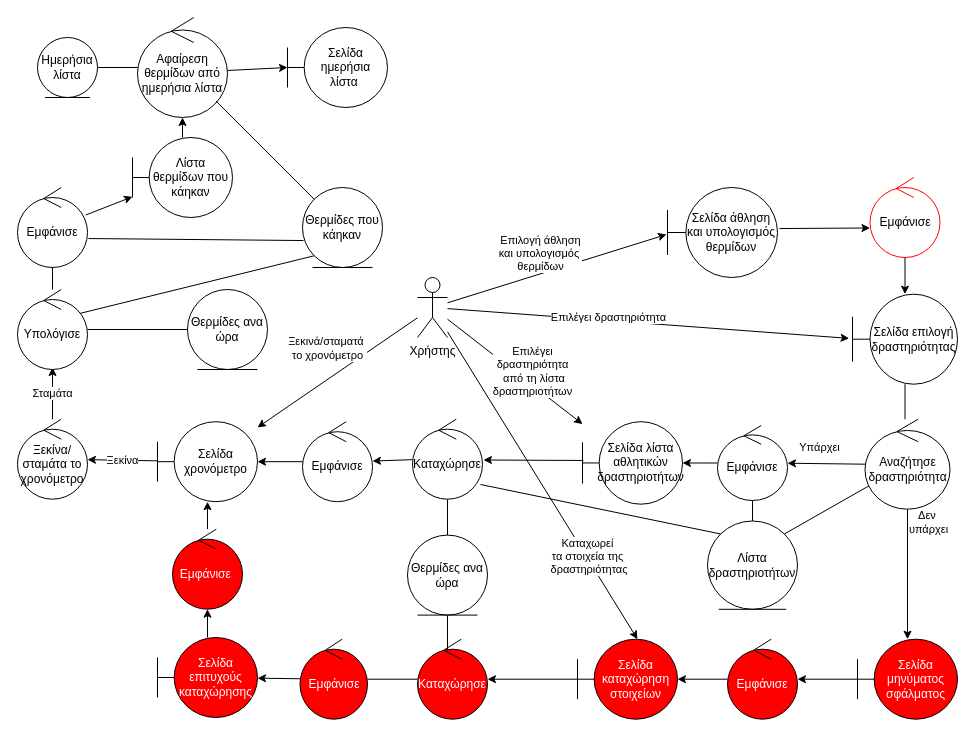
The draw.io diagram ΤΕΤΑΡΤΟ ΠΑΡΑΔΟΤΕΟ/Διορθώσεις προηγούμενων παραδοτέων/Καινούργια robustness/rd_αθλήση_και_υπολογισμός_θερμίδων_v0.2.drawio in Dionkaps/Eu-Zin, before the edit. Source tidied: cells renumbered, new cells numbered last; positions are measured from the earlier drawing's top-left corner, leaving out a move shared by most shapes. Both pictures are drawn from the tidied source at 100%, with x=0, y=0 at pixel (17, 17).
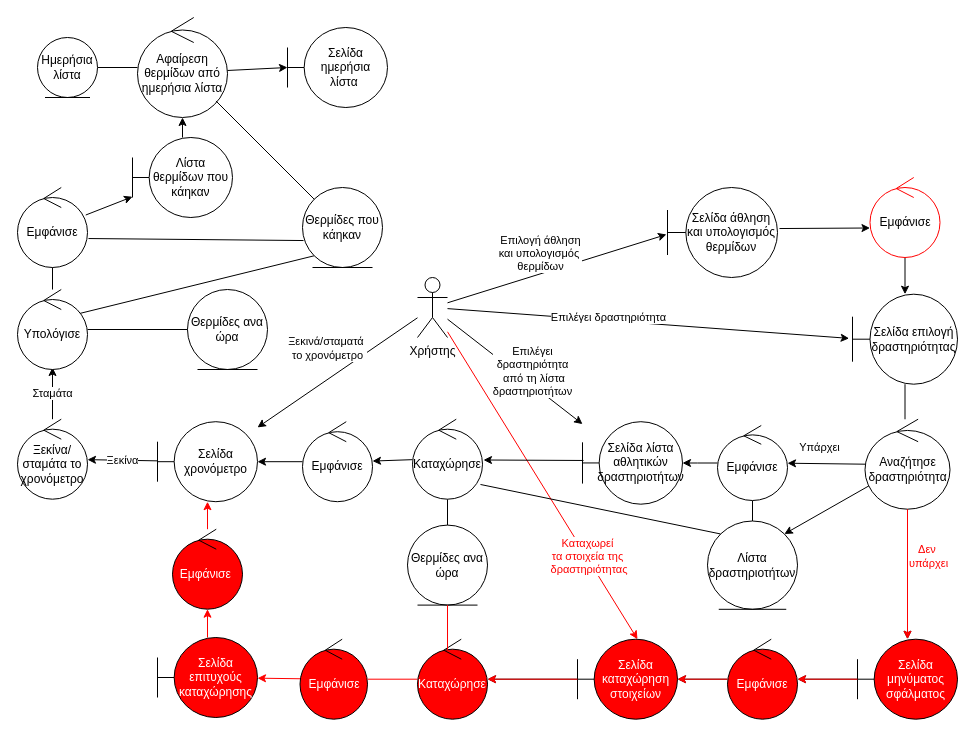
The same page after the edit.

Unchanged cells that the change refers to:
```xml
<mxCell id="12" value="Χρήστης" style="shape=umlActor;verticalLabelPosition=bottom;verticalAlign=top;html=1;outlineConnect=0;" parent="1" vertex="1">
  <mxGeometry x="400" y="260" width="30" height="60" as="geometry" />
</mxCell>
<mxCell id="23" style="edgeStyle=none;rounded=0;jettySize=auto;html=1;" parent="1" edge="1" source="25" target="33">
  <mxGeometry relative="1" as="geometry" />
</mxCell>
<mxCell id="25" value="Αναζήτησε δραστηριότητα" style="ellipse;shape=umlControl;whiteSpace=wrap;html=1;strokeColor=#000000;" parent="1" vertex="1">
  <mxGeometry x="847.5" y="401.7" width="85" height="90" as="geometry" />
</mxCell>
<mxCell id="27" value="Λίστα δραστηριοτήτων" style="ellipse;shape=umlEntity;whiteSpace=wrap;html=1;strokeColor=#000000;" parent="1" vertex="1">
  <mxGeometry x="690" y="503.5" width="90" height="88.3" as="geometry" />
</mxCell>
<mxCell id="39" value="&lt;font color=&quot;#ffffff&quot;&gt;Εμφάνισε&lt;/font&gt;" style="ellipse;shape=umlControl;whiteSpace=wrap;html=1;fillColor=#FF0000;" parent="1" vertex="1">
  <mxGeometry x="282.5" y="621.7" width="67.5" height="80" as="geometry" />
</mxCell>
<mxCell id="41" value="&lt;font color=&quot;#ffffff&quot;&gt;Σελίδα επιτυχούς καταχώρησης&lt;/font&gt;" style="shape=umlBoundary;whiteSpace=wrap;html=1;fillColor=#FF0000;" parent="1" vertex="1">
  <mxGeometry x="140" y="620" width="100" height="80" as="geometry" />
</mxCell>
<mxCell id="45" value="Σελίδα χρονόμετρο" style="shape=umlBoundary;whiteSpace=wrap;html=1;strokeColor=#000000;" parent="1" vertex="1">
  <mxGeometry x="140" y="404.2" width="100" height="80" as="geometry" />
</mxCell>
<mxCell id="61" value="&lt;font color=&quot;#ffffff&quot;&gt;Καταχώρησε&lt;/font&gt;" style="ellipse;shape=umlControl;whiteSpace=wrap;html=1;fillColor=#FF0000;" parent="1" vertex="1">
  <mxGeometry x="400" y="621.7" width="70" height="80" as="geometry" />
</mxCell>
```

The edit, as a diff of the source:
```diff
@@
-    <mxCell id="8" style="edgeStyle=none;rounded=0;jettySize=auto;html=1;" parent="1" edge="1" source="12">
+    <mxCell id="8" style="edgeStyle=none;rounded=0;jettySize=auto;html=1;strokeColor=#FF0000;" parent="1" edge="1" source="12">
       <mxGeometry relative="1" as="geometry">
         <mxPoint x="620" y="621.7" as="targetPoint" />
       </mxGeometry>
     </mxCell>
-    <mxCell id="9" value="Καταχωρεί &lt;br&gt;τα στοιχεία της&lt;br&gt;&amp;nbsp;δραστηριότητας" style="edgeLabel;html=1;align=center;verticalAlign=middle;" parent="8" vertex="1">
+    <mxCell id="9" value="&lt;font color=&quot;#ff0000&quot;&gt;Καταχωρεί &lt;br&gt;τα στοιχεία της&lt;br&gt;&amp;nbsp;δραστηριότητας&lt;/font&gt;" style="edgeLabel;html=1;align=center;verticalAlign=middle;" parent="8" vertex="1">
       <mxGeometry x="0.18" y="1" relative="1" as="geometry">
         <mxPoint x="27" y="44" as="offset" />
       </mxGeometry>
     </mxCell>
@@
-    <mxCell id="20" style="edgeStyle=none;rounded=0;jettySize=auto;html=1;strokeColor=#000000;endArrow=none;endFill=0;entryX=1;entryY=0;entryDx=0;entryDy=0;" parent="1" edge="1" source="25" target="27">
+    <mxCell id="20" style="edgeStyle=none;rounded=0;jettySize=auto;html=1;strokeColor=#000000;endArrow=classic;endFill=1;entryX=1;entryY=0;entryDx=0;entryDy=0;" parent="1" edge="1" source="25" target="27">
       <mxGeometry relative="1" as="geometry" />
     </mxCell>
@@
-    <mxCell id="24" value="Δεν&amp;nbsp;&lt;br&gt;υπάρχει" style="edgeLabel;html=1;align=center;verticalAlign=middle;" parent="23" vertex="1">
+    <mxCell id="24" value="&lt;font color=&quot;#ff0000&quot;&gt;Δεν&amp;nbsp;&lt;br&gt;υπάρχει&lt;/font&gt;" style="edgeLabel;html=1;align=center;verticalAlign=middle;" parent="23" vertex="1">
       <mxGeometry x="-0.47" y="-1" relative="1" as="geometry">
-        <mxPoint x="21" y="-21" as="offset" />
+        <mxPoint x="21" y="13" as="offset" />
       </mxGeometry>
     </mxCell>
@@
-    <mxCell id="38" style="edgeStyle=none;rounded=0;jettySize=auto;html=1;" parent="1" edge="1" source="39" target="41">
+    <mxCell id="38" style="edgeStyle=none;rounded=0;jettySize=auto;html=1;strokeColor=#FF0000;" parent="1" edge="1" source="39" target="41">
       <mxGeometry relative="1" as="geometry" />
     </mxCell>
@@
-    <mxCell id="40" style="edgeStyle=none;rounded=0;jettySize=auto;html=1;endArrow=classic;endFill=1;" parent="1" edge="1" source="41" target="43">
+    <mxCell id="40" style="edgeStyle=none;rounded=0;jettySize=auto;html=1;endArrow=classic;endFill=1;strokeColor=#FF0000;" parent="1" edge="1" source="41" target="43">
       <mxGeometry relative="1" as="geometry" />
     </mxCell>
@@
-    <mxCell id="42" style="edgeStyle=none;rounded=0;jettySize=auto;html=1;" parent="1" edge="1" source="43" target="45">
+    <mxCell id="42" style="edgeStyle=none;rounded=0;jettySize=auto;html=1;strokeColor=#FF0000;" parent="1" edge="1" source="43" target="45">
       <mxGeometry relative="1" as="geometry" />
     </mxCell>
-    <mxCell id="43" value="&lt;font color=&quot;#ffffff&quot;&gt;Εμφάνισε&amp;nbsp;&lt;/font&gt;" style="ellipse;shape=umlControl;whiteSpace=wrap;html=1;fillColor=#FF0000;" parent="1" vertex="1">
+    <mxCell id="43" value="&lt;font color=&quot;#ffffff&quot;&gt;Εμφάνισε&amp;nbsp;&lt;/font&gt;" style="ellipse;shape=umlControl;whiteSpace=wrap;html=1;fillColor=#FF0000;strokeColor=#000000;" parent="1" vertex="1">
       <mxGeometry x="155" y="511.7" width="70" height="80" as="geometry" />
     </mxCell>
@@
     <mxCell id="59" value="Θερμίδες ανα ώρα" style="ellipse;shape=umlEntity;whiteSpace=wrap;html=1;" parent="1" vertex="1">
-      <mxGeometry x="390" y="517.6" width="80" height="80" as="geometry" />
+      <mxGeometry x="390" y="507.6" width="80" height="80" as="geometry" />
     </mxCell>
-    <mxCell id="60" style="edgeStyle=orthogonalEdgeStyle;rounded=0;jettySize=auto;html=1;endArrow=none;endFill=0;" parent="1" edge="1" source="61" target="39">
+    <mxCell id="60" style="edgeStyle=orthogonalEdgeStyle;rounded=0;jettySize=auto;html=1;endArrow=none;endFill=0;strokeColor=#FF0000;" parent="1" edge="1" source="61" target="39">
       <mxGeometry relative="1" as="geometry" />
     </mxCell>
@@
-    <mxCell id="62" style="endArrow=none;html=1;rounded=0;entryX=0.5;entryY=1;entryDx=0;entryDy=0;exitX=0.429;exitY=0.141;exitDx=0;exitDy=0;exitPerimeter=0;" parent="1" edge="1" source="61" target="59">
+    <mxCell id="62" style="endArrow=none;html=1;rounded=0;entryX=0.5;entryY=1;entryDx=0;entryDy=0;exitX=0.429;exitY=0.141;exitDx=0;exitDy=0;exitPerimeter=0;strokeColor=#FF0000;" parent="1" edge="1" source="61" target="59">
       <mxGeometry relative="1" as="geometry" />
     </mxCell>
@@
+    <mxCell id="75" style="edgeStyle=none;rounded=0;orthogonalLoop=1;jettySize=auto;html=1;strokeColor=#FF0000;" parent="1" edge="1">
+      <mxGeometry relative="1" as="geometry">
+        <mxPoint x="840" y="661.7" as="sourcePoint" />
+        <mxPoint x="780" y="661.7" as="targetPoint" />
+      </mxGeometry>
+    </mxCell>
+    <mxCell id="76" style="edgeStyle=none;rounded=0;orthogonalLoop=1;jettySize=auto;html=1;strokeColor=#FF0000;" parent="1" edge="1">
+      <mxGeometry relative="1" as="geometry">
+        <mxPoint x="710" y="661.7" as="sourcePoint" />
+        <mxPoint x="660" y="661.7" as="targetPoint" />
+      </mxGeometry>
+    </mxCell>
+    <mxCell id="77" style="edgeStyle=none;rounded=0;orthogonalLoop=1;jettySize=auto;html=1;strokeColor=#FF0000;" parent="1" edge="1">
+      <mxGeometry relative="1" as="geometry">
+        <mxPoint x="890" y="491.7" as="sourcePoint" />
+        <mxPoint x="890" y="621.7" as="targetPoint" />
+      </mxGeometry>
+    </mxCell>
+    <mxCell id="78" style="edgeStyle=none;rounded=0;orthogonalLoop=1;jettySize=auto;html=1;strokeColor=#FF0000;" parent="1" edge="1">
+      <mxGeometry relative="1" as="geometry">
+        <mxPoint x="560" y="661.7" as="sourcePoint" />
+        <mxPoint x="470" y="661.7" as="targetPoint" />
+      </mxGeometry>
+    </mxCell>
```
